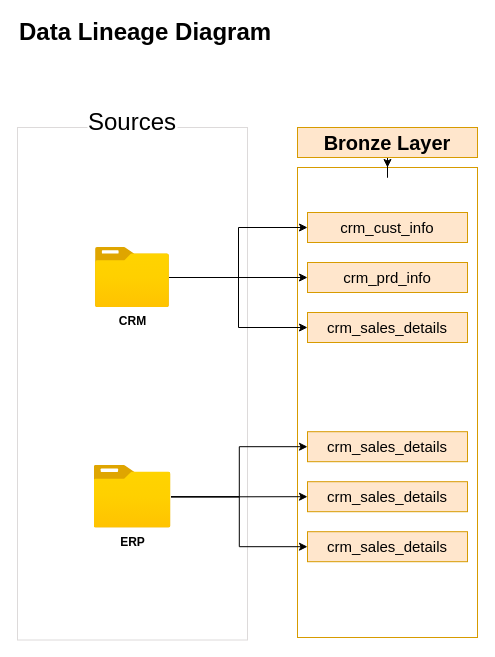
This is page "DataLineage" (2 of 2) of images/ArchitectureDiagrams.drawio from sdsouto/sql-data-warehouse-project, a draw.io file, before an edit. Source tidied: cells renumbered, new cells numbered last; positions are measured from the earlier drawing's top-left corner, leaving out a move shared by most shapes. Both pictures are drawn from the tidied source at 100%, with x=0, y=0 at pixel (17, 17).
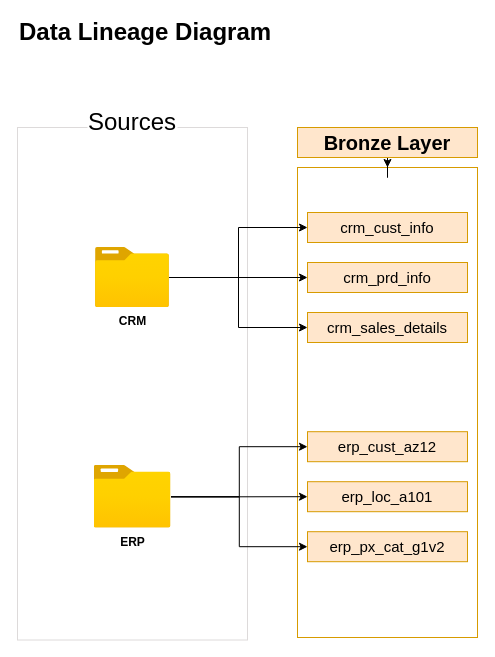
Above is the later version.

Commit message:
Added ERP tables

Change to the diagram source:
```diff
@@
-    <mxCell id="18" value="&lt;font style=&quot;font-size: 15px; font-weight: normal;&quot;&gt;crm_sales_details&lt;/font&gt;" style="rounded=0;whiteSpace=wrap;html=1;fillColor=#ffe6cc;strokeColor=#d79b00;fontSize=13;fontStyle=1;" parent="1" vertex="1">
+    <mxCell id="18" value="&lt;font style=&quot;font-size: 15px; font-weight: normal;&quot;&gt;erp_loc_a101&lt;/font&gt;" style="rounded=0;whiteSpace=wrap;html=1;fillColor=#ffe6cc;strokeColor=#d79b00;fontSize=13;fontStyle=1;" parent="1" vertex="1">
       <mxGeometry x="290" y="464.2" width="160" height="30" as="geometry" />
     </mxCell>
-    <mxCell id="19" value="&lt;font style=&quot;font-size: 15px; font-weight: normal;&quot;&gt;crm_sales_details&lt;/font&gt;" style="rounded=0;whiteSpace=wrap;html=1;fillColor=#ffe6cc;strokeColor=#d79b00;fontSize=13;fontStyle=1;" parent="1" vertex="1">
+    <mxCell id="19" value="&lt;font style=&quot;font-size: 15px; font-weight: normal;&quot;&gt;erp_cust_az12&lt;/font&gt;" style="rounded=0;whiteSpace=wrap;html=1;fillColor=#ffe6cc;strokeColor=#d79b00;fontSize=13;fontStyle=1;" parent="1" vertex="1">
       <mxGeometry x="290" y="414.2" width="160" height="30" as="geometry" />
     </mxCell>
-    <mxCell id="20" value="&lt;font style=&quot;font-size: 15px; font-weight: normal;&quot;&gt;crm_sales_details&lt;/font&gt;" style="rounded=0;whiteSpace=wrap;html=1;fillColor=#ffe6cc;strokeColor=#d79b00;fontSize=13;fontStyle=1;" parent="1" vertex="1">
+    <mxCell id="20" value="&lt;font style=&quot;font-size: 15px; font-weight: normal;&quot;&gt;erp_px_cat_g1v2&lt;/font&gt;" style="rounded=0;whiteSpace=wrap;html=1;fillColor=#ffe6cc;strokeColor=#d79b00;fontSize=13;fontStyle=1;" parent="1" vertex="1">
       <mxGeometry x="290" y="514.2" width="160" height="30" as="geometry" />
     </mxCell>
```
